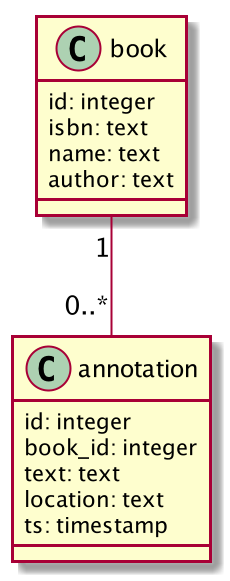
Above: docs/domain.png in milanaleksic/tt-extractor-kindle (PlantUML), before the change.
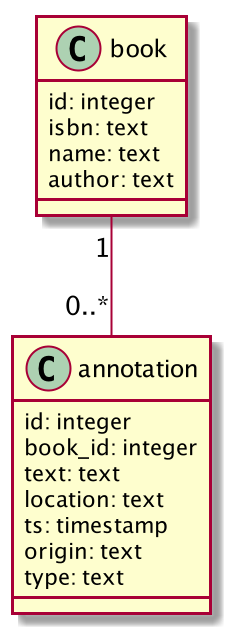
Later version of the same file.

Diff of the diagram source:
```diff
@@ -11,6 +11,8 @@
 {field} text: text
 {field} location: text
 {field} ts: timestamp
+{field} origin: text
+{field} type: text
 }
 book "1" -- "0..*" annotation
 @enduml
```
